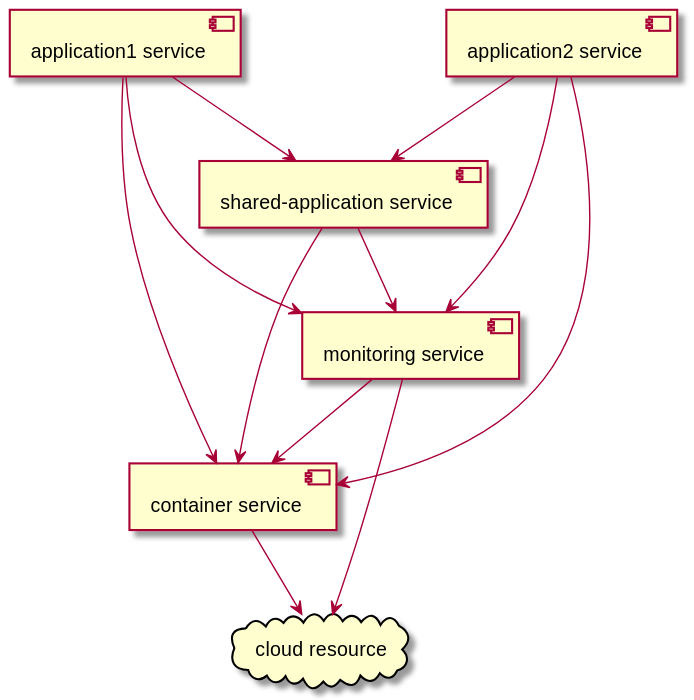
Before: puml/hierarchical-service-consumption-example.svg, a diagram exported from PlantUML (AmadeusITGroup/cloud-cost-allocation).
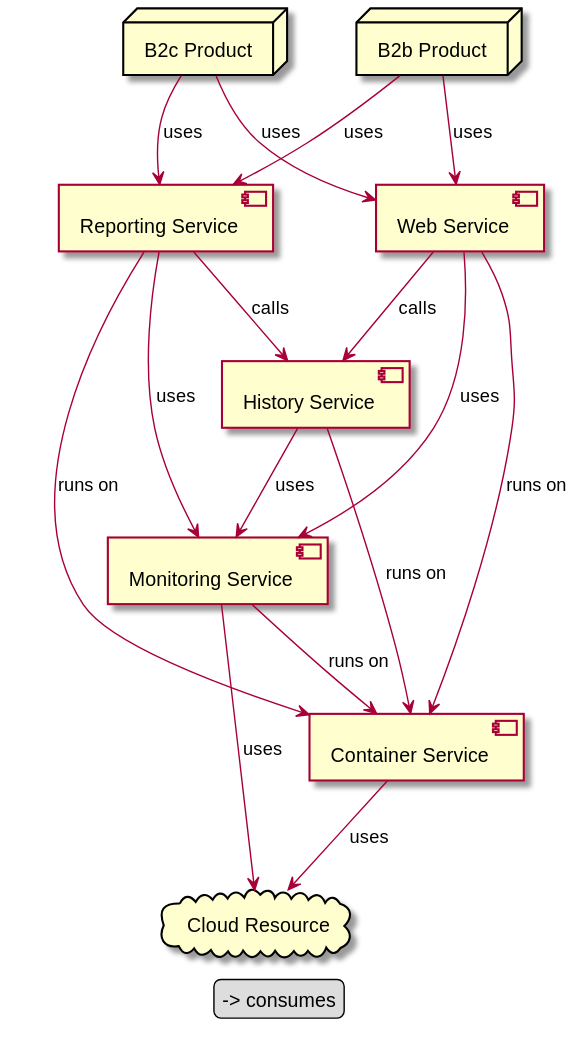
After the change.

What changed in the source:
```diff
@@ -1,21 +1,40 @@
 @startuml
 
-cloud CloudResource as "cloud resource"
+node B2cProduct as "B2c Product"
+node B2bProduct as "B2b Product"
 
-[application1 service] -down-> [shared-application service]
-[application1 service] -down-> [container service]
-[application1 service] -down-> [monitoring service]
+component WebService as "Web Service"
+component ReportingService as "Reporting Service"
+component HistoryService as "History Service"
+component MonitoringService as "Monitoring Service"
+component ContainerService as "Container Service"
 
-[application2 service] -down-> [shared-application service]
-[application2 service] -down-> [container service]
-[application2 service] -down-> [monitoring service]
+cloud CloudResource as "Cloud Resource"
 
-[shared-application service] -down-> [container service]
-[shared-application service] -down-> [monitoring service]
+B2cProduct -down-> WebService: uses
+B2cProduct -down-> ReportingService: uses
 
-[monitoring service] -down-> [container service]
-[monitoring service] -down-> CloudResource
+B2bProduct -down-> WebService: uses
+B2bProduct -down-> ReportingService: uses
 
-[container service] -down-> CloudResource
+WebService -down-> HistoryService: calls
+WebService -down-> ContainerService: runs on
+WebService -down-> MonitoringService: uses
+
+ReportingService -down-> HistoryService: calls
+ReportingService -down-> ContainerService: runs on
+ReportingService -down-> MonitoringService: uses
+
+HistoryService -down-> ContainerService: runs on
+HistoryService -down-> MonitoringService: uses
+
+MonitoringService -down-> ContainerService: runs on
+MonitoringService -down-> CloudResource: uses
+
+ContainerService -down-> CloudResource: uses
+
+legend
+-> consumes
+end legend
 
 @enduml
```
